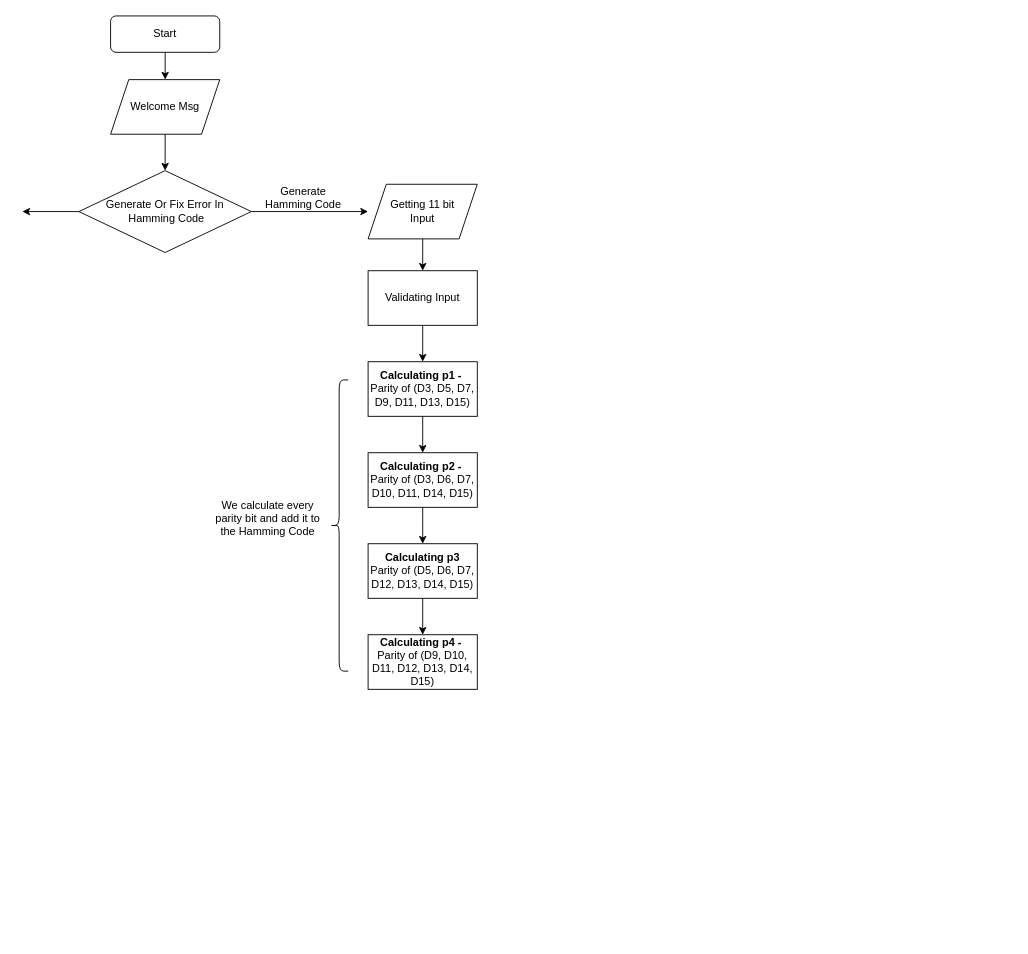
Above: Diagrams/Part1.drawio in Bnux256/Hamming-Code-8086 (draw.io), before the change. Source tidied: cells renumbered, new cells numbered last; positions are measured from the earlier drawing's top-left corner, leaving out a move shared by most shapes. Both pictures are drawn from the tidied source at 91%, with x=0, y=0 at pixel (22, 15).
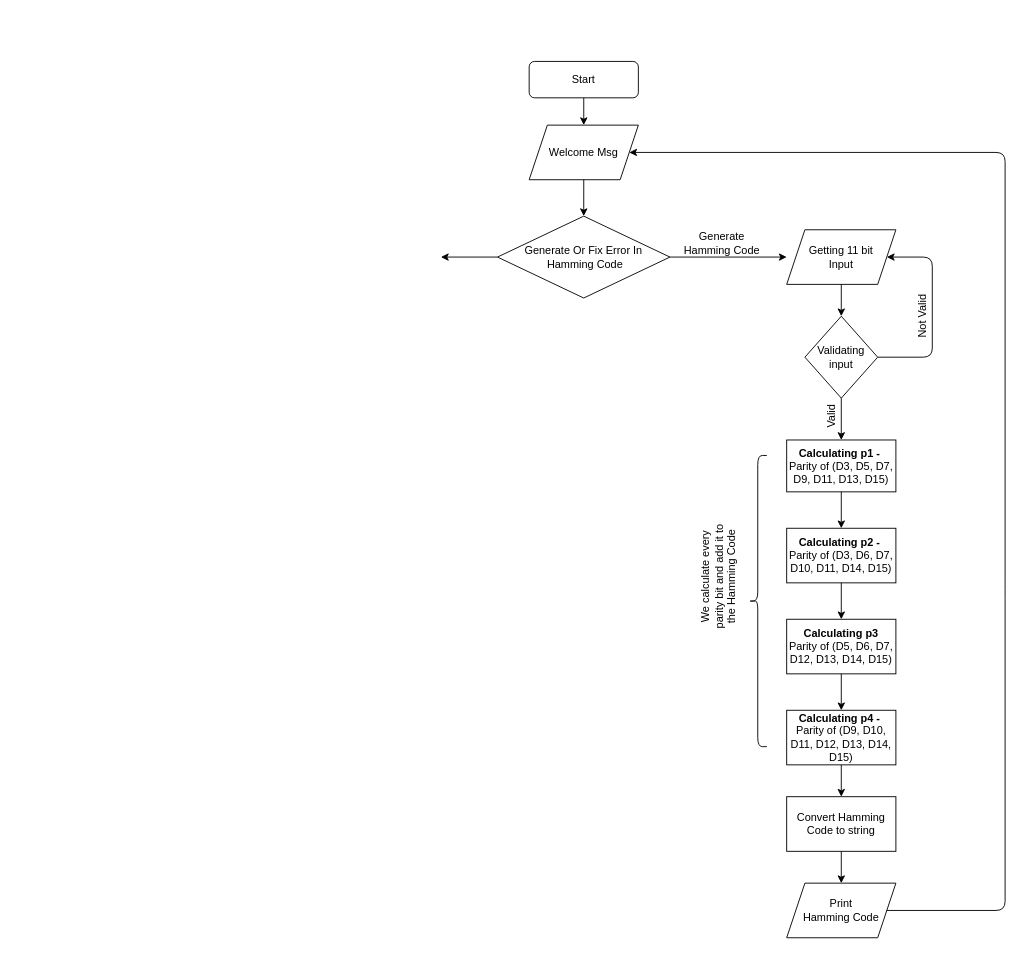
After the change.

What changed in the source:
```diff
@@
     <mxCell id="2" value="Welcome Msg" style="shape=parallelogram;perimeter=parallelogramPerimeter;whiteSpace=wrap;html=1;fixedSize=1;" parent="1" vertex="1">
-      <mxGeometry x="97" y="70" width="120" height="60" as="geometry" />
+      <mxGeometry x="557" y="120" width="120" height="60" as="geometry" />
     </mxCell>
     <mxCell id="3" style="endArrow=classic;html=1;exitX=0.5;exitY=1;exitDx=0;exitDy=0;" parent="1" edge="1" target="2">
       <mxGeometry relative="1" as="geometry">
-        <mxPoint x="157" y="40" as="sourcePoint" />
+        <mxPoint x="617" y="90" as="sourcePoint" />
       </mxGeometry>
     </mxCell>
     <mxCell id="4" value="Generate Or Fix Error In&lt;br&gt;&amp;nbsp;Hamming Code" style="rhombus;whiteSpace=wrap;html=1;" parent="1" vertex="1">
-      <mxGeometry x="62.2" y="170" width="189.5" height="90" as="geometry" />
+      <mxGeometry x="522.2" y="220" width="189.5" height="90" as="geometry" />
     </mxCell>
@@
     <mxCell id="6" value="Start" style="rounded=1;whiteSpace=wrap;html=1;" parent="1" vertex="1">
-      <mxGeometry x="97" width="120" height="40" as="geometry" />
+      <mxGeometry x="557" y="50" width="120" height="40" as="geometry" />
     </mxCell>
     <mxCell id="7" style="endArrow=classic;html=1;exitX=0;exitY=0.5;exitDx=0;exitDy=0;" parent="1" edge="1" source="4">
       <mxGeometry relative="1" as="geometry">
-        <mxPoint y="215" as="targetPoint" />
+        <mxPoint x="460" y="265" as="targetPoint" />
       </mxGeometry>
     </mxCell>
     <mxCell id="8" style="endArrow=classic;html=1;exitX=1;exitY=0.5;exitDx=0;exitDy=0;" parent="1" edge="1" source="4">
       <mxGeometry relative="1" as="geometry">
-        <mxPoint x="380" y="215" as="targetPoint" />
+        <mxPoint x="840" y="265" as="targetPoint" />
       </mxGeometry>
     </mxCell>
     <mxCell id="9" value="Generate Hamming Code" style="text;html=1;strokeColor=none;fillColor=none;align=center;verticalAlign=middle;whiteSpace=wrap;rounded=0;" parent="1" vertex="1">
-      <mxGeometry x="260" y="190" width="98.2" height="20" as="geometry" />
+      <mxGeometry x="720" y="240" width="98.2" height="20" as="geometry" />
     </mxCell>
     <mxCell id="10" value="Getting 11 bit&lt;br&gt;Input" style="shape=parallelogram;perimeter=parallelogramPerimeter;whiteSpace=wrap;html=1;fixedSize=1;" parent="1" vertex="1">
-      <mxGeometry x="380" y="185" width="120" height="60" as="geometry" />
+      <mxGeometry x="840" y="235" width="120" height="60" as="geometry" />
     </mxCell>
-    <mxCell id="11" value="Validating Input" style="rounded=0;whiteSpace=wrap;html=1;" parent="1" vertex="1">
-      <mxGeometry x="380" y="280" width="120" height="60" as="geometry" />
-    </mxCell>
-    <mxCell id="12" style="endArrow=classic;html=1;exitX=0.5;exitY=1;exitDx=0;exitDy=0;entryX=0.5;entryY=0;entryDx=0;entryDy=0;" parent="1" edge="1" source="10" target="11">
-      <mxGeometry relative="1" as="geometry" />
+    <mxCell id="12" style="endArrow=classic;html=1;exitX=0.5;exitY=1;exitDx=0;exitDy=0;entryX=0.5;entryY=0;entryDx=0;entryDy=0;" parent="1" edge="1" source="10">
+      <mxGeometry relative="1" as="geometry">
+        <mxPoint x="900" y="330" as="targetPoint" />
+      </mxGeometry>
     </mxCell>
-    <mxCell id="13" style="endArrow=classic;html=1;exitX=0.5;exitY=1;exitDx=0;exitDy=0;" parent="1" edge="1" source="11">
-      <mxGeometry relative="1" as="geometry">
-        <mxPoint x="440" y="380" as="targetPoint" />
-      </mxGeometry>
+    <mxCell id="13" style="endArrow=classic;html=1;exitX=0.5;exitY=1;exitDx=0;exitDy=0;entryX=0.5;entryY=0;entryDx=0;entryDy=0;" parent="1" edge="1" source="27" target="14">
+      <mxGeometry relative="1" as="geometry" />
     </mxCell>
     <mxCell id="14" value="&lt;b&gt;Calculating p1 -&amp;nbsp;&lt;br&gt;&lt;/b&gt;Parity of (D3, D5, D7, D9, D11, D13, D15)" style="rounded=0;whiteSpace=wrap;html=1;" parent="1" vertex="1">
-      <mxGeometry x="380" y="380" width="120" height="60" as="geometry" />
+      <mxGeometry x="840" y="466" width="120" height="57" as="geometry" />
     </mxCell>
     <mxCell id="15" style="endArrow=classic;html=1;exitX=0.5;exitY=1;exitDx=0;exitDy=0;" parent="1" edge="1">
       <mxGeometry relative="1" as="geometry">
-        <mxPoint x="440" y="440" as="sourcePoint" />
-        <mxPoint x="440" y="480" as="targetPoint" />
+        <mxPoint x="900" y="523" as="sourcePoint" />
+        <mxPoint x="900" y="563" as="targetPoint" />
       </mxGeometry>
     </mxCell>
     <mxCell id="16" value="&lt;b&gt;Calculating p2 -&amp;nbsp;&lt;/b&gt;&lt;br&gt;Parity of (D3, D6, D7, D10, D11, D14, D15)" style="rounded=0;whiteSpace=wrap;html=1;" parent="1" vertex="1">
-      <mxGeometry x="380" y="480" width="120" height="60" as="geometry" />
+      <mxGeometry x="840" y="563" width="120" height="60" as="geometry" />
     </mxCell>
     <mxCell id="17" style="endArrow=classic;html=1;exitX=0.5;exitY=1;exitDx=0;exitDy=0;" parent="1" edge="1">
       <mxGeometry relative="1" as="geometry">
-        <mxPoint x="440" y="540" as="sourcePoint" />
-        <mxPoint x="440" y="580" as="targetPoint" />
+        <mxPoint x="900" y="623" as="sourcePoint" />
+        <mxPoint x="900" y="663" as="targetPoint" />
       </mxGeometry>
     </mxCell>
     <mxCell id="18" value="&lt;b&gt;Calculating p3&lt;/b&gt;&lt;br&gt;Parity of (D5, D6, D7, D12, D13, D14, D15)" style="rounded=0;whiteSpace=wrap;html=1;" parent="1" vertex="1">
-      <mxGeometry x="380" y="580" width="120" height="60" as="geometry" />
+      <mxGeometry x="840" y="663" width="120" height="60" as="geometry" />
     </mxCell>
     <mxCell id="19" style="endArrow=classic;html=1;exitX=0.5;exitY=1;exitDx=0;exitDy=0;" parent="1" edge="1">
       <mxGeometry relative="1" as="geometry">
-        <mxPoint x="440" y="640" as="sourcePoint" />
-        <mxPoint x="440" y="680" as="targetPoint" />
+        <mxPoint x="900" y="723" as="sourcePoint" />
+        <mxPoint x="900" y="763" as="targetPoint" />
       </mxGeometry>
     </mxCell>
     <mxCell id="20" value="&lt;b&gt;Calculating p4 -&amp;nbsp;&lt;/b&gt;&lt;br&gt;Parity of (D9, D10, D11, D12, D13, D14, D15)" style="rounded=0;whiteSpace=wrap;html=1;" parent="1" vertex="1">
-      <mxGeometry x="380" y="680" width="120" height="60" as="geometry" />
+      <mxGeometry x="840" y="763" width="120" height="60" as="geometry" />
     </mxCell>
-    <mxCell id="21" value="&lt;br&gt;We calculate every parity bit and add it to the Hamming Code" style="text;html=1;strokeColor=none;fillColor=none;align=center;verticalAlign=middle;whiteSpace=wrap;rounded=0;" parent="1" vertex="1">
-      <mxGeometry x="210" y="530" width="120" height="30" as="geometry" />
+    <mxCell id="21" value="&lt;br&gt;We calculate every parity bit and add it to the Hamming Code" style="text;html=1;strokeColor=none;fillColor=none;align=center;verticalAlign=middle;whiteSpace=wrap;rounded=0;rotation=-90;" parent="1" vertex="1">
+      <mxGeometry x="698.2" y="601" width="120" height="30" as="geometry" />
     </mxCell>
     <mxCell id="22" style="shape=curlyBracket;whiteSpace=wrap;html=1;rounded=1;" parent="1" vertex="1">
-      <mxGeometry x="338.2" y="400" width="20" height="320" as="geometry" />
+      <mxGeometry x="798.2" y="483" width="20" height="320" as="geometry" />
     </mxCell>
+    <mxCell id="23" value="Convert Hamming Code to string" style="rounded=0;whiteSpace=wrap;html=1;" parent="1" vertex="1">
+      <mxGeometry x="840" y="858" width="120" height="60" as="geometry" />
+    </mxCell>
+    <mxCell id="24" style="endArrow=classic;html=1;exitX=0.5;exitY=1;exitDx=0;exitDy=0;entryX=0.5;entryY=0;entryDx=0;entryDy=0;" parent="1" edge="1" target="23">
+      <mxGeometry relative="1" as="geometry">
+        <mxPoint x="900" y="823" as="sourcePoint" />
+      </mxGeometry>
+    </mxCell>
+    <mxCell id="25" value="Print &lt;br&gt;Hamming Code" style="shape=parallelogram;perimeter=parallelogramPerimeter;whiteSpace=wrap;html=1;fixedSize=1;" parent="1" vertex="1">
+      <mxGeometry x="840" y="953" width="120" height="60" as="geometry" />
+    </mxCell>
+    <mxCell id="26" style="endArrow=classic;html=1;exitX=0.5;exitY=1;exitDx=0;exitDy=0;entryX=0.5;entryY=0;entryDx=0;entryDy=0;" parent="1" edge="1" source="23" target="25">
+      <mxGeometry relative="1" as="geometry" />
+    </mxCell>
+    <mxCell id="27" value="&amp;nbsp;Validating&amp;nbsp;&lt;br&gt;input" style="rhombus;whiteSpace=wrap;html=1;" parent="1" vertex="1">
+      <mxGeometry x="860" y="330" width="80" height="90" as="geometry" />
+    </mxCell>
+    <mxCell id="28" style="endArrow=classic;html=1;exitX=1;exitY=0.5;exitDx=0;exitDy=0;entryX=1;entryY=0.5;entryDx=0;entryDy=0;" parent="1" edge="1" source="27" target="10">
+      <mxGeometry relative="1" as="geometry">
+        <Array as="points">
+          <mxPoint x="1000" y="375" />
+          <mxPoint x="1000" y="265" />
+        </Array>
+      </mxGeometry>
+    </mxCell>
+    <mxCell id="29" value="Not Valid" style="text;html=1;strokeColor=none;fillColor=none;align=center;verticalAlign=middle;whiteSpace=wrap;rounded=0;rotation=-90;" parent="1" vertex="1">
+      <mxGeometry x="960" y="320" width="60" height="20" as="geometry" />
+    </mxCell>
+    <mxCell id="30" value="Valid" style="text;html=1;strokeColor=none;fillColor=none;align=center;verticalAlign=middle;whiteSpace=wrap;rounded=0;rotation=-90;" parent="1" vertex="1">
+      <mxGeometry x="870" y="430" width="40" height="20" as="geometry" />
+    </mxCell>
+    <mxCell id="31" style="endArrow=classic;html=1;exitX=1;exitY=0.5;exitDx=0;exitDy=0;entryX=1;entryY=0.5;entryDx=0;entryDy=0;" parent="1" edge="1" source="25" target="2">
+      <mxGeometry relative="1" as="geometry">
+        <Array as="points">
+          <mxPoint x="1080" y="983" />
+          <mxPoint x="1080" y="630" />
+          <mxPoint x="1080" y="150" />
+        </Array>
+      </mxGeometry>
+    </mxCell>
```
